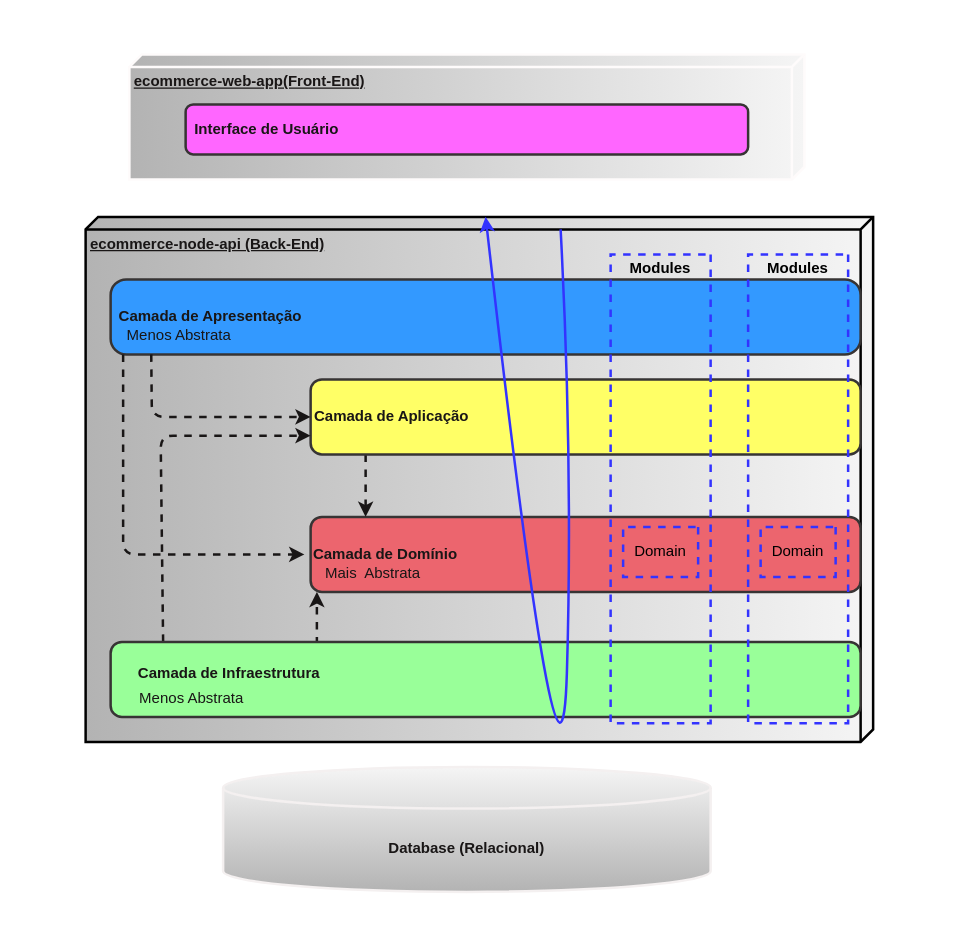
Above: page "Arquitetura em Camadas" (1 of 2) of requirements/ecommerce-arquitetura.drawio in AdsonVicente/ecommerce-node-api (draw.io), before the change. Source tidied: cells renumbered, new cells numbered last; positions are measured from the earlier drawing's top-left corner, leaving out a move shared by most shapes. Both pictures are drawn from the tidied source at 125%, with x=0, y=0 at pixel (85, 54).
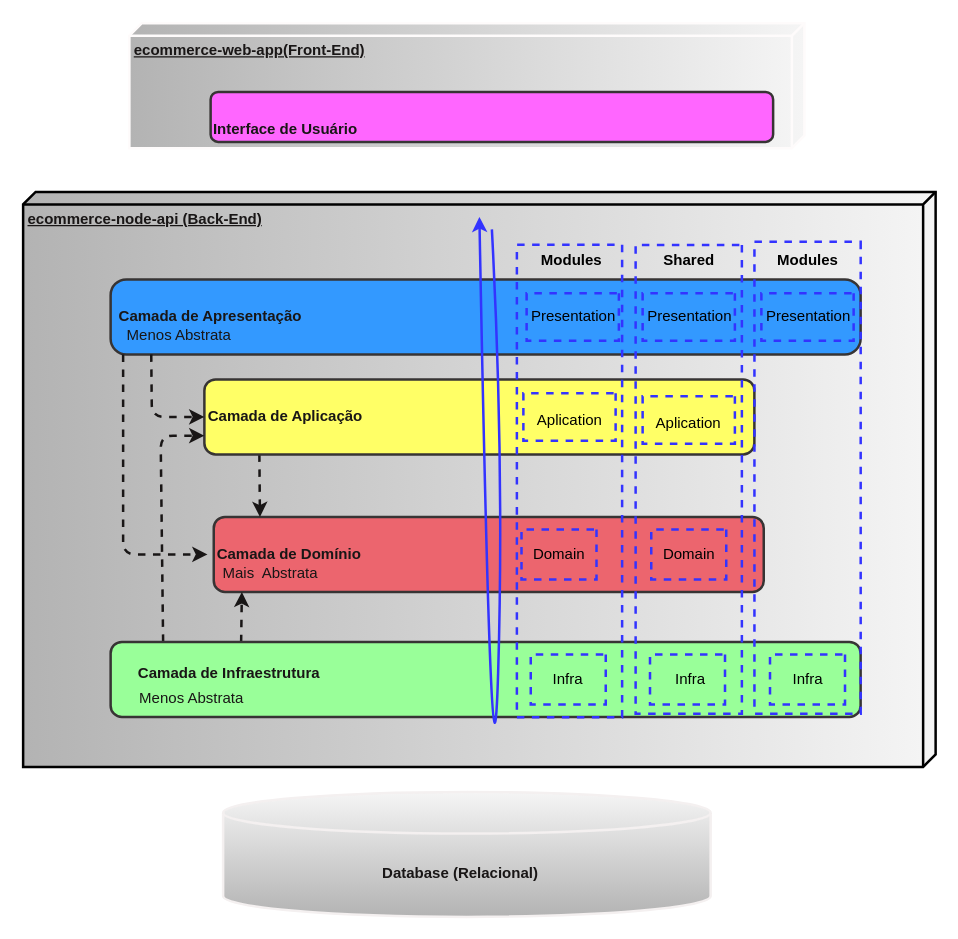
After the change.

The change refers to these unchanged cells:
```xml
<mxCell id="17" style="rounded=1;whiteSpace=wrap;html=1;strokeColor=#373434;strokeWidth=2;fontColor=#191616;fillColor=#99FF99;points=[[0,0,0,0,0],[0,0.25,0,0,0],[0,0.5,0,0,0],[0,0.75,0,0,0],[0,1,0,0,0],[0.07,0,0,0,0],[0.25,1,0,0,0],[0.26,0,0,0,-3],[0.5,1,0,0,0],[0.75,0,0,0,0],[0.75,1,0,0,0],[1,0,0,0,0],[1,0.25,0,0,0],[1,0.5,0,0,0],[1,0.75,0,0,0],[1,1,0,0,0]];" parent="1" vertex="1">
  <mxGeometry x="20" y="470" width="600" height="60" as="geometry" />
</mxCell>
```

Change to the diagram source:
```diff
@@
     <mxCell id="2" value="ecommerce-node-api (Back-End)" style="verticalAlign=top;align=left;spacingTop=8;spacingLeft=2;spacingRight=12;shape=cube;size=10;direction=south;fontStyle=5;html=1;strokeWidth=2;strokeColor=default;fillColor=#f5f5f5;gradientColor=#b3b3b3;fontColor=#191616;" parent="1" vertex="1">
-      <mxGeometry y="130" width="630" height="420" as="geometry" />
+      <mxGeometry x="-50" y="110" width="730" height="460" as="geometry" />
     </mxCell>
     <mxCell id="3" value="ecommerce-web-app(Front-End)" style="verticalAlign=top;align=left;spacingTop=8;spacingLeft=2;spacingRight=12;shape=cube;size=10;direction=south;fontStyle=5;html=1;strokeWidth=2;strokeColor=#fefbfb;fillColor=#f5f5f5;gradientColor=#b3b3b3;fontColor=#191616;" parent="1" vertex="1">
-      <mxGeometry x="35" width="540" height="100" as="geometry" />
+      <mxGeometry x="35" y="-25" width="540" height="100" as="geometry" />
     </mxCell>
     <mxCell id="4" style="strokeWidth=2;html=1;shape=mxgraph.flowchart.database;whiteSpace=wrap;strokeColor=#f4f0f0;fillColor=#f5f5f5;gradientColor=#b3b3b3;" parent="1" vertex="1">
-      <mxGeometry x="110" y="570" width="390" height="100" as="geometry" />
+      <mxGeometry x="110" y="590" width="390" height="100" as="geometry" />
     </mxCell>
     <mxCell id="5" value="Database (Relacional)" style="text;html=1;strokeColor=none;fillColor=none;align=center;verticalAlign=middle;whiteSpace=wrap;rounded=0;strokeWidth=2;fontColor=#191616;fontStyle=1;" parent="1" vertex="1">
-      <mxGeometry x="175" y="610" width="260" height="50" as="geometry" />
+      <mxGeometry x="170" y="630" width="260" height="50" as="geometry" />
     </mxCell>
     <mxCell id="6" style="rounded=1;whiteSpace=wrap;html=1;strokeColor=#373434;strokeWidth=2;fontColor=#191616;fillColor=#ec656e;" parent="1" vertex="1">
-      <mxGeometry x="180" y="370" width="440" height="60" as="geometry" />
+      <mxGeometry x="102.5" y="370" width="440" height="60" as="geometry" />
     </mxCell>
     <mxCell id="7" value="Camada de Domínio" style="text;html=1;strokeColor=none;fillColor=none;align=center;verticalAlign=middle;whiteSpace=wrap;rounded=0;strokeWidth=2;fontColor=#191616;fontStyle=1;" parent="1" vertex="1">
-      <mxGeometry x="175" y="385" width="130" height="30" as="geometry" />
+      <mxGeometry x="97.5" y="385" width="130" height="30" as="geometry" />
     </mxCell>
@@
     <mxCell id="10" style="rounded=1;whiteSpace=wrap;html=1;strokeColor=#373434;strokeWidth=2;fontColor=#191616;fillColor=#FF66FF;" parent="1" vertex="1">
-      <mxGeometry x="80" y="40" width="450" height="40" as="geometry" />
+      <mxGeometry x="100" y="30" width="450" height="40" as="geometry" />
     </mxCell>
     <mxCell id="11" value="Interface de Usuário" style="text;html=1;strokeColor=none;fillColor=none;align=center;verticalAlign=middle;whiteSpace=wrap;rounded=0;strokeWidth=2;fontColor=#191616;fontStyle=1;" parent="1" vertex="1">
-      <mxGeometry x="65" y="45" width="160" height="30" as="geometry" />
+      <mxGeometry x="80" y="45" width="160" height="30" as="geometry" />
     </mxCell>
-    <mxCell id="12" style="edgeStyle=none;html=1;exitX=0.1;exitY=1;exitDx=0;exitDy=0;exitPerimeter=0;dashed=1;strokeColor=#191616;strokeWidth=2;fontColor=#191616;endArrow=classic;endFill=1;" parent="1" edge="1" source="13">
-      <mxGeometry relative="1" as="geometry">
-        <mxPoint x="224" y="370" as="targetPoint" />
-      </mxGeometry>
+    <mxCell id="12" style="edgeStyle=none;html=1;exitX=0.1;exitY=1;exitDx=0;exitDy=0;exitPerimeter=0;dashed=1;strokeColor=#191616;strokeWidth=2;fontColor=#191616;endArrow=classic;endFill=1;entryX=0.084;entryY=0.001;entryDx=0;entryDy=0;entryPerimeter=0;" parent="1" edge="1" source="13" target="6">
+      <mxGeometry relative="1" as="geometry" />
     </mxCell>
     <mxCell id="13" style="rounded=1;whiteSpace=wrap;html=1;strokeColor=#373434;strokeWidth=2;fontColor=#191616;fillColor=#FFFF66;points=[[0,0,0,0,0],[0,0.25,0,0,0],[0,0.5,0,0,0],[0,0.75,0,0,0],[0,1,0,0,0],[0.1,1,0,0,0],[0.25,0,0,0,0],[0.5,0,0,0,0],[0.5,1,0,0,0],[0.75,0,0,0,0],[0.75,1,0,0,0],[1,0,0,0,0],[1,0.25,0,0,0],[1,0.5,0,0,0],[1,0.75,0,0,0],[1,1,0,0,0]];" parent="1" vertex="1">
-      <mxGeometry x="180" y="260" width="440" height="60" as="geometry" />
+      <mxGeometry x="95" y="260" width="440" height="60" as="geometry" />
     </mxCell>
     <mxCell id="14" value="Camada de Aplicação" style="text;html=1;strokeColor=none;fillColor=none;align=center;verticalAlign=middle;whiteSpace=wrap;rounded=0;strokeWidth=2;fontColor=#191616;fontStyle=1;" parent="1" vertex="1">
-      <mxGeometry x="180" y="275" width="130" height="30" as="geometry" />
+      <mxGeometry x="95" y="275" width="130" height="30" as="geometry" />
     </mxCell>
@@
-    <mxCell id="16" style="edgeStyle=none;html=1;entryX=0;entryY=1;entryDx=0;entryDy=0;dashed=1;strokeColor=#191616;strokeWidth=2;fontColor=#191616;endArrow=classic;endFill=1;" parent="1" edge="1" target="19">
-      <mxGeometry relative="1" as="geometry">
-        <mxPoint x="185" y="472" as="sourcePoint" />
-      </mxGeometry>
+    <mxCell id="16" style="edgeStyle=none;html=1;entryX=0.25;entryY=1;entryDx=0;entryDy=0;dashed=1;strokeColor=#191616;strokeWidth=2;fontColor=#191616;endArrow=classic;endFill=1;exitX=0.174;exitY=0.004;exitDx=0;exitDy=0;exitPerimeter=0;" parent="1" edge="1" source="17" target="19">
+      <mxGeometry relative="1" as="geometry" />
     </mxCell>
@@
     <mxCell id="19" value="Mais&amp;nbsp; Abstrata" style="text;html=1;strokeColor=none;fillColor=none;align=center;verticalAlign=middle;whiteSpace=wrap;rounded=0;strokeWidth=2;fontColor=#191616;" parent="1" vertex="1">
-      <mxGeometry x="185" y="400" width="90" height="30" as="geometry" />
+      <mxGeometry x="102.5" y="400" width="90" height="30" as="geometry" />
     </mxCell>
@@
-    <mxCell id="24" style="curved=1;endArrow=classic;html=1;strokeColor=#3333FF;strokeWidth=2;fontColor=#191616;entryX=0;entryY=0;entryDx=0;entryDy=310;entryPerimeter=0;" parent="1" edge="1" target="2">
+    <mxCell id="24" style="curved=1;endArrow=classic;html=1;strokeColor=#3333FF;strokeWidth=2;fontColor=#191616;" parent="1" edge="1">
       <mxGeometry relative="1" as="geometry">
-        <mxPoint x="380" y="140" as="sourcePoint" />
+        <mxPoint x="325" y="140" as="sourcePoint" />
+        <mxPoint x="315" y="130" as="targetPoint" />
         <Array as="points">
-          <mxPoint x="390" y="330" />
-          <mxPoint x="380" y="660" />
+          <mxPoint x="335" y="330" />
+          <mxPoint x="325" y="660" />
         </Array>
       </mxGeometry>
     </mxCell>
     <mxCell id="25" style="rounded=0;whiteSpace=wrap;html=1;fillColor=none;dashed=1;strokeColor=#3333FF;rotation=90;strokeWidth=2;" parent="1" vertex="1">
-      <mxGeometry x="272.5" y="307.5" width="375" height="80" as="geometry" />
+      <mxGeometry x="198.2" y="299.2" width="377.8" height="84.2" as="geometry" />
     </mxCell>
     <mxCell id="26" style="rounded=0;whiteSpace=wrap;html=1;fillColor=none;dashed=1;strokeColor=#3333FF;rotation=90;strokeWidth=2;" parent="1" vertex="1">
-      <mxGeometry x="440" y="368.1" width="40" height="60" as="geometry" />
+      <mxGeometry x="358.7" y="370" width="40" height="60" as="geometry" />
     </mxCell>
     <mxCell id="27" value="Domain" style="text;html=1;strokeColor=none;fillColor=none;align=center;verticalAlign=middle;whiteSpace=wrap;rounded=0;dashed=1;strokeWidth=2;fontColor=#000000;" parent="1" vertex="1">
-      <mxGeometry x="430" y="383.1" width="60" height="30" as="geometry" />
+      <mxGeometry x="348.8" y="385" width="60" height="30" as="geometry" />
     </mxCell>
     <mxCell id="28" value="Modules" style="text;html=1;strokeColor=none;fillColor=none;align=center;verticalAlign=middle;whiteSpace=wrap;rounded=0;dashed=1;strokeWidth=2;fontColor=#000000;fontStyle=1;" parent="1" vertex="1">
-      <mxGeometry x="430" y="156" width="60" height="30" as="geometry" />
+      <mxGeometry x="358.7" y="150" width="60" height="30" as="geometry" />
     </mxCell>
     <mxCell id="29" style="rounded=0;whiteSpace=wrap;html=1;fillColor=none;dashed=1;strokeColor=#3333FF;rotation=90;strokeWidth=2;" parent="1" vertex="1">
-      <mxGeometry x="382.5" y="307.5" width="375" height="80" as="geometry" />
+      <mxGeometry x="295" y="297.5" width="375" height="85" as="geometry" />
     </mxCell>
     <mxCell id="30" value="Modules" style="text;html=1;strokeColor=none;fillColor=none;align=center;verticalAlign=middle;whiteSpace=wrap;rounded=0;dashed=1;strokeWidth=2;fontColor=#000000;fontStyle=1;" parent="1" vertex="1">
-      <mxGeometry x="540" y="156" width="60" height="30" as="geometry" />
+      <mxGeometry x="547.5" y="150" width="60" height="30" as="geometry" />
     </mxCell>
-    <mxCell id="31" style="rounded=0;whiteSpace=wrap;html=1;fillColor=none;dashed=1;strokeColor=#3333FF;rotation=90;strokeWidth=2;" parent="1" vertex="1">
-      <mxGeometry x="550" y="368.1" width="40" height="60" as="geometry" />
-    </mxCell>
     <mxCell id="32" value="Domain" style="text;html=1;strokeColor=none;fillColor=none;align=center;verticalAlign=middle;whiteSpace=wrap;rounded=0;dashed=1;strokeWidth=2;fontColor=#000000;" parent="1" vertex="1">
-      <mxGeometry x="540" y="383.1" width="60" height="30" as="geometry" />
+      <mxGeometry x="452.5" y="385" width="60" height="30" as="geometry" />
     </mxCell>
+    <mxCell id="33" value="Shared" style="text;html=1;strokeColor=none;fillColor=none;align=center;verticalAlign=middle;whiteSpace=wrap;rounded=0;dashed=1;strokeWidth=2;fontColor=#000000;fontStyle=1;" parent="1" vertex="1">
+      <mxGeometry x="452.5" y="150" width="60" height="30" as="geometry" />
+    </mxCell>
+    <mxCell id="34" style="rounded=0;whiteSpace=wrap;html=1;fillColor=none;dashed=1;strokeColor=#3333FF;rotation=90;strokeWidth=2;" parent="1" vertex="1">
+      <mxGeometry x="462.5" y="370" width="40" height="60" as="geometry" />
+    </mxCell>
+    <mxCell id="35" style="rounded=0;whiteSpace=wrap;html=1;fillColor=none;dashed=1;strokeColor=#3333FF;rotation=90;strokeWidth=2;" parent="1" vertex="1">
+      <mxGeometry x="366.1" y="470" width="40" height="60" as="geometry" />
+    </mxCell>
+    <mxCell id="36" style="rounded=0;whiteSpace=wrap;html=1;fillColor=none;dashed=1;strokeColor=#3333FF;rotation=90;strokeWidth=2;" parent="1" vertex="1">
+      <mxGeometry x="461.5" y="470" width="40" height="60" as="geometry" />
+    </mxCell>
+    <mxCell id="37" style="rounded=0;whiteSpace=wrap;html=1;fillColor=none;dashed=1;strokeColor=#3333FF;rotation=90;strokeWidth=2;" parent="1" vertex="1">
+      <mxGeometry x="370.7" y="173.1" width="38" height="73.8" as="geometry" />
+    </mxCell>
+    <mxCell id="38" value="Presentation" style="text;html=1;strokeColor=none;fillColor=none;align=center;verticalAlign=middle;whiteSpace=wrap;rounded=0;dashed=1;strokeWidth=2;fontColor=#000000;" parent="1" vertex="1">
+      <mxGeometry x="380.1" y="205" width="21.3" height="10" as="geometry" />
+    </mxCell>
+    <mxCell id="39" style="rounded=0;whiteSpace=wrap;html=1;fillColor=none;dashed=1;strokeColor=#3333FF;rotation=90;strokeWidth=2;" parent="1" vertex="1">
+      <mxGeometry x="368.1" y="253.1" width="38" height="73.8" as="geometry" />
+    </mxCell>
+    <mxCell id="40" value="Aplication" style="text;html=1;strokeColor=none;fillColor=none;align=center;verticalAlign=middle;whiteSpace=wrap;rounded=0;dashed=1;strokeWidth=2;fontColor=#000000;" parent="1" vertex="1">
+      <mxGeometry x="376.5" y="287.5" width="21.3" height="10" as="geometry" />
+    </mxCell>
+    <mxCell id="41" style="rounded=0;whiteSpace=wrap;html=1;fillColor=none;dashed=1;strokeColor=#3333FF;rotation=90;strokeWidth=2;" parent="1" vertex="1">
+      <mxGeometry x="388.8" y="296.2" width="377.5" height="85" as="geometry" />
+    </mxCell>
+    <mxCell id="42" style="rounded=0;whiteSpace=wrap;html=1;fillColor=none;dashed=1;strokeColor=#3333FF;rotation=90;strokeWidth=2;" parent="1" vertex="1">
+      <mxGeometry x="463.5" y="173.1" width="38" height="73.8" as="geometry" />
+    </mxCell>
+    <mxCell id="43" value="Presentation" style="text;html=1;strokeColor=none;fillColor=none;align=center;verticalAlign=middle;whiteSpace=wrap;rounded=0;dashed=1;strokeWidth=2;fontColor=#000000;" parent="1" vertex="1">
+      <mxGeometry x="472.9" y="205" width="21.3" height="10" as="geometry" />
+    </mxCell>
+    <mxCell id="44" style="rounded=0;whiteSpace=wrap;html=1;fillColor=none;dashed=1;strokeColor=#3333FF;rotation=90;strokeWidth=2;" parent="1" vertex="1">
+      <mxGeometry x="463.5" y="255.6" width="38" height="73.8" as="geometry" />
+    </mxCell>
+    <mxCell id="45" value="Aplication" style="text;html=1;strokeColor=none;fillColor=none;align=center;verticalAlign=middle;whiteSpace=wrap;rounded=0;dashed=1;strokeWidth=2;fontColor=#000000;" parent="1" vertex="1">
+      <mxGeometry x="471.9" y="290" width="21.3" height="10" as="geometry" />
+    </mxCell>
+    <mxCell id="46" value="Infra" style="text;html=1;strokeColor=none;fillColor=none;align=center;verticalAlign=middle;whiteSpace=wrap;rounded=0;dashed=1;strokeWidth=2;fontColor=#000000;" parent="1" vertex="1">
+      <mxGeometry x="356.1" y="485" width="60" height="30" as="geometry" />
+    </mxCell>
+    <mxCell id="47" value="Infra" style="text;html=1;strokeColor=none;fillColor=none;align=center;verticalAlign=middle;whiteSpace=wrap;rounded=0;dashed=1;strokeWidth=2;fontColor=#000000;" parent="1" vertex="1">
+      <mxGeometry x="453.5" y="485" width="60" height="30" as="geometry" />
+    </mxCell>
+    <mxCell id="48" style="rounded=0;whiteSpace=wrap;html=1;fillColor=none;dashed=1;strokeColor=#3333FF;rotation=90;strokeWidth=2;" parent="1" vertex="1">
+      <mxGeometry x="558.5" y="173.1" width="38" height="73.8" as="geometry" />
+    </mxCell>
+    <mxCell id="49" value="Presentation" style="text;html=1;strokeColor=none;fillColor=none;align=center;verticalAlign=middle;whiteSpace=wrap;rounded=0;dashed=1;strokeWidth=2;fontColor=#000000;" parent="1" vertex="1">
+      <mxGeometry x="567.9" y="205" width="21.3" height="10" as="geometry" />
+    </mxCell>
+    <mxCell id="50" value="Infra" style="text;html=1;strokeColor=none;fillColor=none;align=center;verticalAlign=middle;whiteSpace=wrap;rounded=0;dashed=1;strokeWidth=2;fontColor=#000000;" parent="1" vertex="1">
+      <mxGeometry x="547.5" y="485" width="60" height="30" as="geometry" />
+    </mxCell>
+    <mxCell id="51" style="rounded=0;whiteSpace=wrap;html=1;fillColor=none;dashed=1;strokeColor=#3333FF;rotation=90;strokeWidth=2;" parent="1" vertex="1">
+      <mxGeometry x="557.5" y="470" width="40" height="60" as="geometry" />
+    </mxCell>
```
